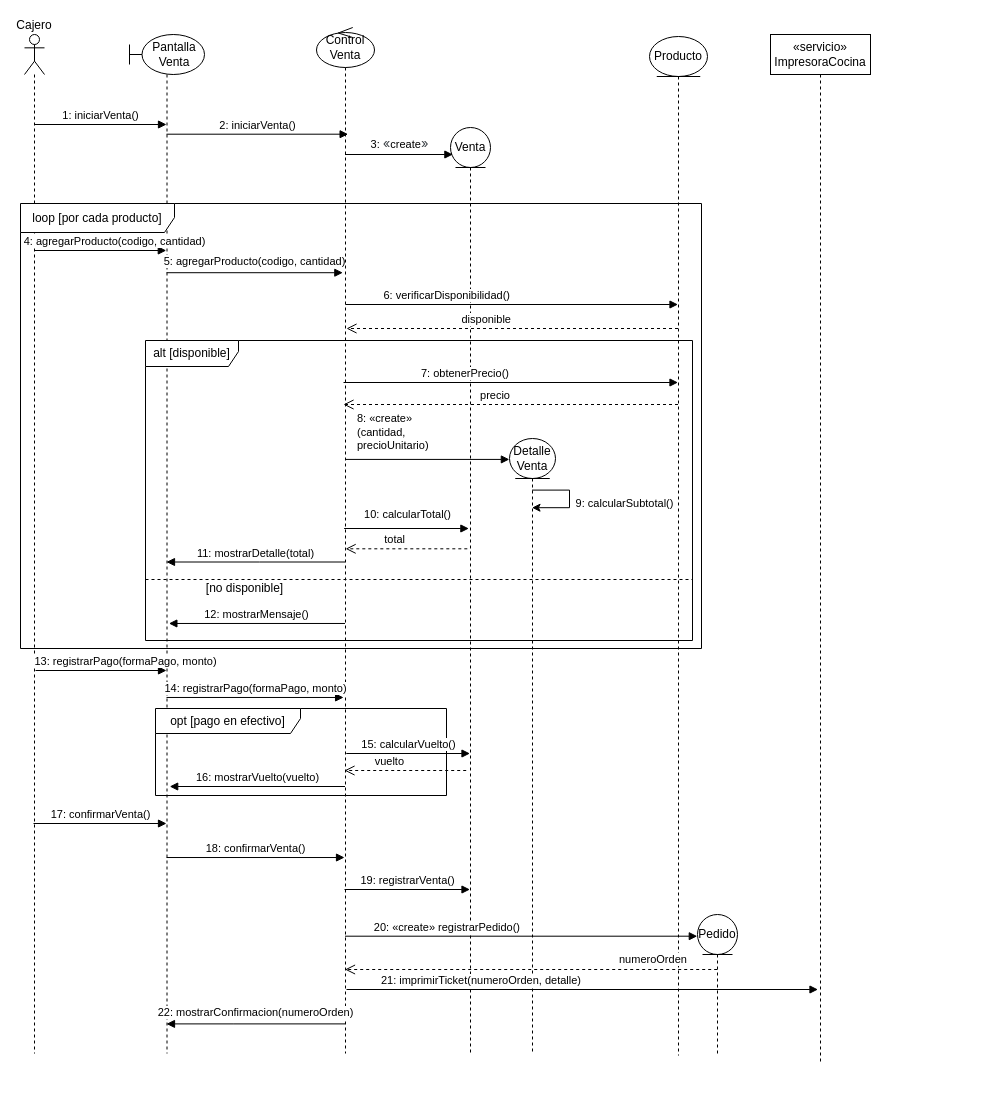
This is Ae5-Modelos-UML/fuentes/SEQ01-registrar-venta.drawio from tonysanginez/UCOM304-Sistema-Facturacion-Sushi, a draw.io file, before an edit. Source tidied: cells renumbered, new cells numbered last; positions are measured from the earlier drawing's top-left corner, leaving out a move shared by most shapes. Both pictures are drawn from the tidied source at 100%, with x=0, y=0 at pixel (20, 27).
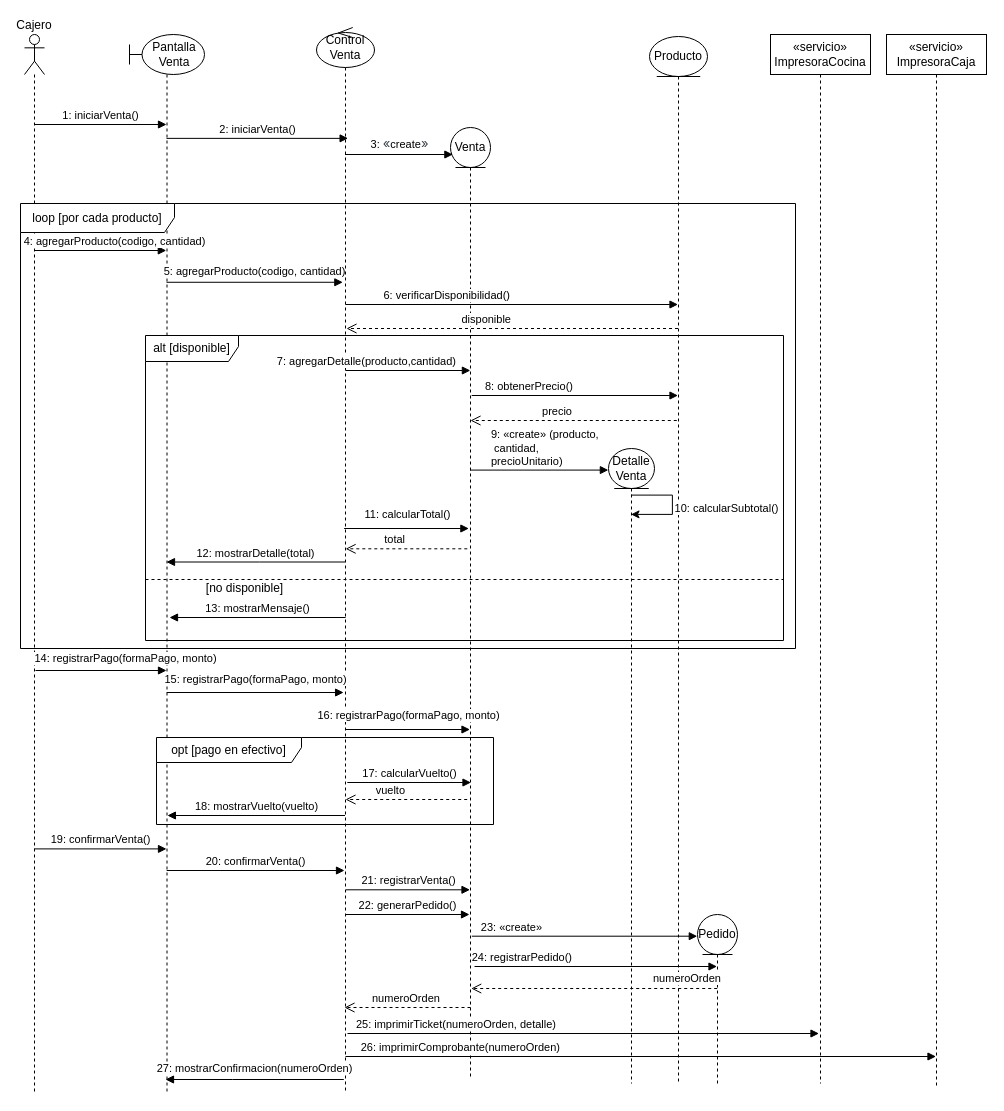
The same page after the edit.

Change to the diagram source:
```diff
@@
     <mxCell id="2" value="&lt;div&gt;&lt;span style=&quot;background-color: transparent; color: light-dark(rgb(0, 0, 0), rgb(255, 255, 255));&quot;&gt;Cajero&lt;/span&gt;&lt;/div&gt;" style="shape=umlLifeline;perimeter=lifelinePerimeter;whiteSpace=wrap;html=1;outlineConnect=0;portConstraint=eastwest;newEdgeStyle={&quot;curved&quot;:0,&quot;rounded&quot;:0};participant=umlActor;labelPosition=center;verticalLabelPosition=top;align=center;verticalAlign=bottom;" parent="1" vertex="1">
-      <mxGeometry x="4" y="7" width="20" height="1019" as="geometry" />
+      <mxGeometry x="4" y="7" width="20" height="1059" as="geometry" />
     </mxCell>
     <mxCell id="3" value="Pantalla&lt;div&gt;Venta&lt;/div&gt;" style="shape=umlLifeline;perimeter=lifelinePerimeter;whiteSpace=wrap;html=1;outlineConnect=0;portConstraint=eastwest;newEdgeStyle={&quot;curved&quot;:0,&quot;rounded&quot;:0};participant=umlBoundary;align=center;labelPosition=center;verticalLabelPosition=middle;verticalAlign=middle;spacingLeft=15;" parent="1" vertex="1">
-      <mxGeometry x="109" y="7" width="75" height="1019" as="geometry" />
+      <mxGeometry x="109" y="7" width="75" height="1059" as="geometry" />
     </mxCell>
@@
     <mxCell id="6" value="Venta" style="shape=umlLifeline;perimeter=lifelinePerimeter;whiteSpace=wrap;html=1;outlineConnect=0;portConstraint=eastwest;newEdgeStyle={&quot;curved&quot;:0,&quot;rounded&quot;:0};participant=umlEntity;" parent="1" vertex="1">
-      <mxGeometry x="430" y="100" width="40" height="926" as="geometry" />
+      <mxGeometry x="430" y="100" width="40" height="952" as="geometry" />
     </mxCell>
@@
     <mxCell id="8" value="loop [por cada producto]" style="shape=umlFrame;whiteSpace=wrap;html=1;width=154;height=29;" parent="1" vertex="1">
-      <mxGeometry y="176" width="681" height="445" as="geometry" />
+      <mxGeometry y="176" width="775" height="445" as="geometry" />
     </mxCell>
     <mxCell id="9" value="Producto" style="shape=umlLifeline;perimeter=lifelinePerimeter;whiteSpace=wrap;html=1;outlineConnect=0;portConstraint=eastwest;newEdgeStyle={&quot;curved&quot;:0,&quot;rounded&quot;:0};participant=umlEntity;" parent="1" vertex="1">
-      <mxGeometry x="629" y="9" width="58" height="1019" as="geometry" />
+      <mxGeometry x="629" y="9" width="58" height="1047" as="geometry" />
     </mxCell>
@@
     <mxCell id="14" value="alt [disponible]" style="shape=umlFrame;whiteSpace=wrap;html=1;width=93;height=26;" parent="1" vertex="1">
-      <mxGeometry x="125" y="313" width="547" height="300" as="geometry" />
+      <mxGeometry x="125" y="308" width="638" height="305" as="geometry" />
     </mxCell>
-    <mxCell id="15" value="7: obtenerPrecio()" style="html=1;verticalAlign=bottom;endArrow=block;curved=0;rounded=0;labelPosition=left;verticalLabelPosition=top;align=right;" parent="1" edge="1" target="9">
+    <mxCell id="15" value="8: obtenerPrecio()" style="html=1;verticalAlign=bottom;endArrow=block;curved=0;rounded=0;labelPosition=left;verticalLabelPosition=top;align=right;" parent="1" edge="1">
       <mxGeometry relative="1" as="geometry">
-        <mxPoint x="323" y="355" as="sourcePoint" />
+        <mxPoint x="451.2" y="368" as="sourcePoint" />
+        <mxPoint x="657.5" y="368" as="targetPoint" />
       </mxGeometry>
     </mxCell>
-    <mxCell id="16" value="precio" style="html=1;verticalAlign=bottom;endArrow=open;dashed=1;endSize=8;curved=0;rounded=0;labelPosition=left;verticalLabelPosition=top;align=right;" parent="1" edge="1" source="9">
+    <mxCell id="16" value="precio" style="html=1;verticalAlign=bottom;endArrow=open;dashed=1;endSize=8;curved=0;rounded=0;labelPosition=left;verticalLabelPosition=top;align=right;" parent="1" edge="1">
       <mxGeometry relative="1" as="geometry">
-        <mxPoint x="323" y="377" as="targetPoint" />
+        <mxPoint x="656.3" y="393" as="sourcePoint" />
+        <mxPoint x="450" y="393" as="targetPoint" />
       </mxGeometry>
     </mxCell>
-    <mxCell id="17" value="&lt;font style=&quot;color: rgb(0, 0, 0);&quot; face=&quot;Helvetica&quot;&gt;8:&amp;nbsp;&lt;span style=&quot;white-space: normal;&quot;&gt;«&lt;/span&gt;create&lt;span style=&quot;white-space: normal;&quot;&gt;»&amp;nbsp;&lt;/span&gt;&lt;/font&gt;&lt;div&gt;&lt;span style=&quot;white-space: normal; color: rgb(0, 0, 0);&quot;&gt;&lt;font face=&quot;Helvetica&quot;&gt;&lt;font style=&quot;&quot;&gt;(cantidad, precioUnitario&lt;/font&gt;)&lt;/font&gt;&lt;/span&gt;&lt;/div&gt;" style="html=1;verticalAlign=bottom;endArrow=block;curved=0;rounded=0;align=left;entryX=-0.003;entryY=0.034;entryDx=0;entryDy=0;entryPerimeter=0;" parent="1" edge="1" source="26" target="18">
-      <mxGeometry x="-0.88" y="5" relative="1" as="geometry" />
+    <mxCell id="17" value="&lt;font style=&quot;color: rgb(0, 0, 0);&quot; face=&quot;Helvetica&quot;&gt;9:&amp;nbsp;&lt;span style=&quot;white-space: normal;&quot;&gt;«&lt;/span&gt;create&lt;span style=&quot;white-space: normal;&quot;&gt;»&amp;nbsp;&lt;/span&gt;&lt;/font&gt;&lt;span style=&quot;color: light-dark(rgb(0, 0, 0), rgb(237, 237, 237)); white-space: normal; background-color: light-dark(#ffffff, var(--ge-dark-color, #121212));&quot;&gt;(producto,&lt;/span&gt;&lt;div&gt;&lt;span style=&quot;white-space: normal; color: rgb(0, 0, 0);&quot;&gt;&lt;font face=&quot;Helvetica&quot;&gt;&lt;font style=&quot;&quot;&gt;&amp;nbsp;cantidad, precioUnitario&lt;/font&gt;)&lt;/font&gt;&lt;/span&gt;&lt;/div&gt;" style="html=1;verticalAlign=bottom;endArrow=block;curved=0;rounded=0;align=left;entryX=-0.003;entryY=0.034;entryDx=0;entryDy=0;entryPerimeter=0;" parent="1" edge="1" source="6" target="18">
+      <mxGeometry x="-0.74" relative="1" as="geometry">
+        <mxPoint x="1" as="offset" />
+      </mxGeometry>
     </mxCell>
     <mxCell id="18" value="Detalle&lt;div&gt;Venta&lt;/div&gt;" style="shape=umlLifeline;perimeter=lifelinePerimeter;whiteSpace=wrap;html=1;outlineConnect=0;portConstraint=eastwest;newEdgeStyle={&quot;curved&quot;:0,&quot;rounded&quot;:0};participant=umlEntity;" parent="1" vertex="1">
-      <mxGeometry x="489" y="411" width="46" height="615" as="geometry" />
+      <mxGeometry x="588" y="421" width="46" height="635" as="geometry" />
     </mxCell>
     <mxCell id="19" style="edgeStyle=orthogonalEdgeStyle;rounded=0;orthogonalLoop=1;jettySize=auto;html=1;curved=0;innerLoopWaypoints=1;" parent="1" edge="1" source="18" target="18">
       <mxGeometry relative="1" as="geometry">
         <Array as="points">
-          <mxPoint x="549" y="462.6" />
-          <mxPoint x="549" y="480.2" />
+          <mxPoint x="651.9" y="467.6" />
+          <mxPoint x="651.9" y="486.9" />
         </Array>
       </mxGeometry>
     </mxCell>
-    <mxCell id="20" value="9: calcularSubtotal()" style="edgeLabel;html=1;align=center;verticalAlign=middle;rotation=0;" parent="19" vertex="1">
+    <mxCell id="20" value="10: calcularSubtotal()" style="edgeLabel;html=1;align=center;verticalAlign=middle;rotation=0;" parent="19" vertex="1">
       <mxGeometry x="-0.09" y="1" relative="1" as="geometry">
         <mxPoint x="53" y="8" as="offset" />
       </mxGeometry>
     </mxCell>
-    <mxCell id="21" value="10: calcularTotal()" style="html=1;verticalAlign=middle;endArrow=block;curved=0;rounded=0;labelPosition=center;verticalLabelPosition=middle;align=center;" parent="1" edge="1">
+    <mxCell id="21" value="11: calcularTotal()" style="html=1;verticalAlign=middle;endArrow=block;curved=0;rounded=0;labelPosition=center;verticalLabelPosition=middle;align=center;" parent="1" edge="1">
       <mxGeometry x="0.01" y="14" relative="1" as="geometry">
         <mxPoint x="323.6" y="501" as="sourcePoint" />
         <mxPoint x="448.4" y="501" as="targetPoint" />
       </mxGeometry>
     </mxCell>
-    <mxCell id="22" value="11: mostrarDetalle(total)" style="html=1;verticalAlign=bottom;endArrow=none;curved=0;rounded=0;startArrow=block;startFill=1;endFill=0;" parent="1" edge="1" source="3" target="26">
+    <mxCell id="22" value="12: mostrarDetalle(total)" style="html=1;verticalAlign=bottom;endArrow=none;curved=0;rounded=0;startArrow=block;startFill=1;endFill=0;" parent="1" edge="1" source="3" target="26">
       <mxGeometry relative="1" as="geometry">
         <Array as="points">
           <mxPoint x="239.1" y="534.5" />
         </Array>
       </mxGeometry>
     </mxCell>
     <mxCell id="23" style="line;strokeWidth=1;fillColor=none;align=left;verticalAlign=middle;spacingTop=-1;spacingLeft=3;spacingRight=3;labelPosition=right;strokeColor=inherit;dashed=1;" parent="1" vertex="1">
-      <mxGeometry x="125" y="548" width="547" height="8" as="geometry" />
+      <mxGeometry x="125" y="548" width="638" height="8" as="geometry" />
     </mxCell>
@@
-    <mxCell id="25" value="12: mostrarMensaje()" style="html=1;verticalAlign=bottom;endArrow=none;curved=0;rounded=0;startArrow=block;startFill=1;endFill=0;exitX=0.525;exitY=0.578;exitDx=0;exitDy=0;exitPerimeter=0;" parent="1" edge="1" source="3" target="26">
-      <mxGeometry relative="1" as="geometry" />
+    <mxCell id="25" value="13: mostrarMensaje()" style="html=1;verticalAlign=bottom;endArrow=none;curved=0;rounded=0;startArrow=block;startFill=1;endFill=0;exitX=0.525;exitY=0.578;exitDx=0;exitDy=0;exitPerimeter=0;" parent="1" edge="1">
+      <mxGeometry relative="1" as="geometry">
+        <mxPoint x="149" y="590" as="sourcePoint" />
+        <mxPoint x="325.1" y="590" as="targetPoint" />
+      </mxGeometry>
     </mxCell>
     <mxCell id="26" value="Control&lt;div&gt;Venta&lt;/div&gt;" style="shape=umlLifeline;perimeter=lifelinePerimeter;whiteSpace=wrap;html=1;outlineConnect=0;portConstraint=eastwest;newEdgeStyle={&quot;curved&quot;:0,&quot;rounded&quot;:0};participant=umlControl;" parent="1" vertex="1">
-      <mxGeometry x="296" width="58" height="1026" as="geometry" />
+      <mxGeometry x="296" width="58" height="1066" as="geometry" />
     </mxCell>
-    <mxCell id="27" value="13: registrarPago(formaPago, monto)" style="html=1;verticalAlign=middle;endArrow=block;curved=0;rounded=0;labelPosition=center;verticalLabelPosition=middle;align=center;spacingLeft=48;" parent="1" edge="1" target="3">
-      <mxGeometry x="0.01" y="9" relative="1" as="geometry">
+    <mxCell id="27" value="14: registrarPago(formaPago, monto)" style="html=1;verticalAlign=middle;endArrow=block;curved=0;rounded=0;labelPosition=center;verticalLabelPosition=middle;align=center;spacingLeft=48;" parent="1" edge="1" target="3">
+      <mxGeometry y="12" relative="1" as="geometry">
         <mxPoint x="15" y="643" as="sourcePoint" />
       </mxGeometry>
     </mxCell>
-    <mxCell id="28" value="14: registrarPago(formaPago, monto)" style="html=1;verticalAlign=bottom;endArrow=block;curved=0;rounded=0;entryX=0.467;entryY=0.653;entryDx=0;entryDy=0;entryPerimeter=0;" parent="1" edge="1" source="3" target="26">
-      <mxGeometry relative="1" as="geometry" />
+    <mxCell id="28" value="15: registrarPago(formaPago, monto)" style="html=1;verticalAlign=bottom;endArrow=block;curved=0;rounded=0;entryX=0.467;entryY=0.653;entryDx=0;entryDy=0;entryPerimeter=0;" parent="1" edge="1">
+      <mxGeometry x="0.01" y="4" relative="1" as="geometry">
+        <mxPoint x="146.2" y="665" as="sourcePoint" />
+        <mxPoint x="323.1" y="665" as="targetPoint" />
+      </mxGeometry>
     </mxCell>
     <mxCell id="29" value="opt [pago en efectivo]" style="shape=umlFrame;whiteSpace=wrap;html=1;width=145;height=25;" parent="1" vertex="1">
-      <mxGeometry x="135" y="681" width="291" height="87" as="geometry" />
+      <mxGeometry x="136" y="710" width="337" height="87" as="geometry" />
     </mxCell>
-    <mxCell id="30" value="15: calcularVuelto()" style="html=1;verticalAlign=bottom;endArrow=block;curved=0;rounded=0;" parent="1" edge="1" target="6">
+    <mxCell id="30" value="17: calcularVuelto()" style="html=1;verticalAlign=bottom;endArrow=block;curved=0;rounded=0;" parent="1" edge="1">
       <mxGeometry relative="1" as="geometry">
-        <mxPoint x="325.8" y="726" as="sourcePoint" />
+        <mxPoint x="326.8" y="755" as="sourcePoint" />
+        <mxPoint x="450.5" y="755" as="targetPoint" />
       </mxGeometry>
     </mxCell>
-    <mxCell id="31" value="16: mostrarVuelto(vuelto)" style="html=1;verticalAlign=bottom;endArrow=none;curved=0;rounded=0;startArrow=block;startFill=1;endFill=0;exitX=0.536;exitY=0.73;exitDx=0;exitDy=0;exitPerimeter=0;" parent="1" edge="1" target="26">
+    <mxCell id="31" value="18: mostrarVuelto(vuelto)" style="html=1;verticalAlign=bottom;endArrow=none;curved=0;rounded=0;startArrow=block;startFill=1;endFill=0;" parent="1" edge="1" target="26">
       <mxGeometry relative="1" as="geometry">
-        <mxPoint x="149.2" y="759" as="sourcePoint" />
+        <mxPoint x="146.9" y="788" as="sourcePoint" />
       </mxGeometry>
     </mxCell>
-    <mxCell id="32" value="17: confirmarVenta()" style="html=1;verticalAlign=middle;endArrow=block;curved=0;rounded=0;labelPosition=center;verticalLabelPosition=middle;align=center;" parent="1" edge="1" target="3">
+    <mxCell id="32" value="19: confirmarVenta()" style="html=1;verticalAlign=middle;endArrow=block;curved=0;rounded=0;labelPosition=center;verticalLabelPosition=middle;align=center;" parent="1" edge="1" target="3">
       <mxGeometry y="9" relative="1" as="geometry">
-        <mxPoint x="13" y="796" as="sourcePoint" />
+        <mxPoint x="13.8" y="821.4" as="sourcePoint" />
       </mxGeometry>
     </mxCell>
-    <mxCell id="33" value="18: confirmarVenta()" style="html=1;verticalAlign=bottom;endArrow=block;curved=0;rounded=0;entryX=0.483;entryY=0.809;entryDx=0;entryDy=0;entryPerimeter=0;" parent="1" edge="1" source="3" target="26">
-      <mxGeometry relative="1" as="geometry" />
+    <mxCell id="33" value="20: confirmarVenta()" style="html=1;verticalAlign=bottom;endArrow=block;curved=0;rounded=0;entryX=0.483;entryY=0.809;entryDx=0;entryDy=0;entryPerimeter=0;" parent="1" edge="1">
+      <mxGeometry relative="1" as="geometry">
+        <mxPoint x="146.2" y="843" as="sourcePoint" />
+        <mxPoint x="324" y="843" as="targetPoint" />
+      </mxGeometry>
     </mxCell>
-    <mxCell id="34" value="19: registrarVenta()" style="html=1;verticalAlign=bottom;endArrow=block;curved=0;rounded=0;" parent="1" edge="1" target="6">
+    <mxCell id="34" value="21: registrarVenta()" style="html=1;verticalAlign=bottom;endArrow=block;curved=0;rounded=0;" parent="1" edge="1" target="6">
       <mxGeometry relative="1" as="geometry">
-        <mxPoint x="324" y="862" as="sourcePoint" />
+        <mxPoint x="325.5" y="862.3" as="sourcePoint" />
       </mxGeometry>
     </mxCell>
     <mxCell id="35" value="Pedido" style="shape=umlLifeline;perimeter=lifelinePerimeter;whiteSpace=wrap;html=1;outlineConnect=0;portConstraint=eastwest;newEdgeStyle={&quot;curved&quot;:0,&quot;rounded&quot;:0};participant=umlEntity;" parent="1" vertex="1">
-      <mxGeometry x="677" y="887" width="40" height="141" as="geometry" />
+      <mxGeometry x="677" y="887" width="40" height="169" as="geometry" />
     </mxCell>
-    <mxCell id="36" value="&lt;span style=&quot;color: rgb(0, 0, 0);&quot;&gt;&lt;font face=&quot;Helvetica&quot;&gt;20:&amp;nbsp;&lt;span style=&quot;white-space: normal;&quot;&gt;«&lt;/span&gt;create&lt;span style=&quot;white-space: normal;&quot;&gt;»&amp;nbsp;registrarPedido()&lt;/span&gt;&lt;/font&gt;&lt;/span&gt;" style="html=1;verticalAlign=bottom;endArrow=block;curved=0;rounded=0;labelPosition=left;verticalLabelPosition=top;align=right;" parent="1" edge="1" source="26">
-      <mxGeometry relative="1" as="geometry">
+    <mxCell id="36" value="&lt;span style=&quot;color: rgb(0, 0, 0);&quot;&gt;&lt;font face=&quot;Helvetica&quot;&gt;23:&amp;nbsp;&lt;span style=&quot;white-space: normal;&quot;&gt;«&lt;/span&gt;create&lt;span style=&quot;white-space: normal;&quot;&gt;»&lt;/span&gt;&lt;/font&gt;&lt;/span&gt;" style="html=1;verticalAlign=bottom;endArrow=block;curved=0;rounded=0;labelPosition=left;verticalLabelPosition=top;align=right;" parent="1" edge="1">
+      <mxGeometry x="-0.36" relative="1" as="geometry">
+        <mxPoint x="451.3" y="908.7" as="sourcePoint" />
         <mxPoint x="676.8" y="908.7" as="targetPoint" />
       </mxGeometry>
     </mxCell>
-    <mxCell id="37" value="21: imprimirTicket(numeroOrden, detalle)" style="html=1;verticalAlign=bottom;endArrow=block;curved=0;rounded=0;labelPosition=left;verticalLabelPosition=top;align=right;" parent="1" edge="1">
-      <mxGeometry relative="1" as="geometry">
-        <mxPoint x="326" y="962" as="sourcePoint" />
-        <mxPoint x="797.5" y="962" as="targetPoint" />
+    <mxCell id="37" value="25: imprimirTicket(numeroOrden, detalle)" style="html=1;verticalAlign=bottom;endArrow=block;curved=0;rounded=0;labelPosition=left;verticalLabelPosition=top;align=right;" parent="1" edge="1">
+      <mxGeometry x="-0.11" relative="1" as="geometry">
+        <mxPoint x="327" y="1006" as="sourcePoint" />
+        <mxPoint x="798.5" y="1006" as="targetPoint" />
       </mxGeometry>
     </mxCell>
-    <mxCell id="38" value="22: mostrarConfirmacion(numeroOrden)" style="html=1;verticalAlign=bottom;endArrow=none;curved=0;rounded=0;startArrow=block;startFill=1;endFill=0;spacingBottom=2;" parent="1" edge="1" source="3" target="26">
+    <mxCell id="38" value="27: mostrarConfirmacion(numeroOrden)" style="html=1;verticalAlign=bottom;endArrow=none;curved=0;rounded=0;startArrow=block;startFill=1;endFill=0;spacingBottom=2;" parent="1" edge="1">
       <mxGeometry relative="1" as="geometry">
+        <mxPoint x="145" y="1052" as="sourcePoint" />
+        <mxPoint x="323.3" y="1052" as="targetPoint" />
         <Array as="points">
-          <mxPoint x="213.4" y="996.4" />
+          <mxPoint x="212.2" y="1052" />
         </Array>
       </mxGeometry>
     </mxCell>
     <mxCell id="39" value="«servicio»&lt;div&gt;ImpresoraCocina&lt;/div&gt;" style="shape=umlLifeline;perimeter=lifelinePerimeter;whiteSpace=wrap;html=1;newEdgeStyle={&quot;curved&quot;:0,&quot;rounded&quot;:0};" parent="1" vertex="1">
-      <mxGeometry x="750" y="7" width="100" height="1029" as="geometry" />
+      <mxGeometry x="750" y="7" width="100" height="1049" as="geometry" />
     </mxCell>
@@
     <mxCell id="41" value="vuelto" style="html=1;verticalAlign=bottom;endArrow=open;dashed=1;endSize=8;curved=0;rounded=0;labelPosition=left;verticalLabelPosition=top;align=right;" parent="1" edge="1">
       <mxGeometry relative="1" as="geometry">
-        <mxPoint x="445.7" y="743" as="sourcePoint" />
-        <mxPoint x="324" y="743" as="targetPoint" />
+        <mxPoint x="446.7" y="772" as="sourcePoint" />
+        <mxPoint x="325" y="772" as="targetPoint" />
       </mxGeometry>
     </mxCell>
-    <mxCell id="42" value="numeroOrden" style="html=1;verticalAlign=bottom;endArrow=open;dashed=1;endSize=8;curved=0;rounded=0;labelPosition=right;verticalLabelPosition=top;align=left;" parent="1" edge="1" target="26">
+    <mxCell id="42" value="numeroOrden" style="html=1;verticalAlign=bottom;endArrow=open;dashed=1;endSize=8;curved=0;rounded=0;labelPosition=right;verticalLabelPosition=top;align=left;" parent="1" edge="1">
       <mxGeometry x="-0.46" y="-1" relative="1" as="geometry">
-        <mxPoint x="696.7" y="942" as="sourcePoint" />
+        <mxPoint x="696.7" y="961" as="sourcePoint" />
+        <mxPoint x="450.7" y="961" as="targetPoint" />
       </mxGeometry>
     </mxCell>
+    <mxCell id="43" value="«servicio»&lt;div&gt;ImpresoraCaja&lt;/div&gt;" style="shape=umlLifeline;perimeter=lifelinePerimeter;whiteSpace=wrap;html=1;outlineConnect=0;portConstraint=eastwest;newEdgeStyle={&quot;curved&quot;:0,&quot;rounded&quot;:0};" parent="1" vertex="1">
+      <mxGeometry x="866" y="7" width="100" height="1054" as="geometry" />
+    </mxCell>
+    <mxCell id="44" value="7: agregarDetalle(producto,cantidad)" style="html=1;verticalAlign=bottom;endArrow=block;curved=0;rounded=0;labelPosition=left;verticalLabelPosition=top;align=right;" parent="1" edge="1">
+      <mxGeometry x="0.79" relative="1" as="geometry">
+        <mxPoint x="325.1" y="343" as="sourcePoint" />
+        <mxPoint x="449.9" y="343" as="targetPoint" />
+      </mxGeometry>
+    </mxCell>
+    <mxCell id="45" value="16: registrarPago(formaPago, monto)" style="html=1;verticalAlign=bottom;endArrow=block;curved=0;rounded=0;" parent="1" edge="1" target="6">
+      <mxGeometry x="0.01" y="5" relative="1" as="geometry">
+        <mxPoint x="325.4" y="702" as="sourcePoint" />
+      </mxGeometry>
+    </mxCell>
+    <mxCell id="46" value="22: generarPedido()" style="html=1;verticalAlign=bottom;endArrow=block;curved=0;rounded=0;" parent="1" edge="1">
+      <mxGeometry relative="1" as="geometry">
+        <mxPoint x="325.2" y="887" as="sourcePoint" />
+        <mxPoint x="449" y="887" as="targetPoint" />
+      </mxGeometry>
+    </mxCell>
+    <mxCell id="47" value="24: registrarPedido()" style="html=1;verticalAlign=bottom;endArrow=block;curved=0;rounded=0;labelPosition=left;verticalLabelPosition=top;align=right;" parent="1" edge="1" target="35">
+      <mxGeometry x="-0.18" relative="1" as="geometry">
+        <mxPoint x="454" y="939" as="sourcePoint" />
+      </mxGeometry>
+    </mxCell>
+    <mxCell id="48" value="numeroOrden" style="html=1;verticalAlign=bottom;endArrow=open;dashed=1;endSize=8;curved=0;rounded=0;labelPosition=right;verticalLabelPosition=top;align=left;" parent="1" edge="1">
+      <mxGeometry x="0.59" relative="1" as="geometry">
+        <mxPoint x="450" y="980" as="sourcePoint" />
+        <mxPoint x="324" y="980" as="targetPoint" />
+      </mxGeometry>
+    </mxCell>
+    <mxCell id="49" value="26: imprimirComprobante(numeroOrden)" style="html=1;verticalAlign=bottom;endArrow=block;curved=0;rounded=0;labelPosition=left;verticalLabelPosition=top;align=right;" parent="1" edge="1" target="43">
+      <mxGeometry x="-0.27" relative="1" as="geometry">
+        <mxPoint x="325" y="1029" as="sourcePoint" />
+      </mxGeometry>
+    </mxCell>
```
